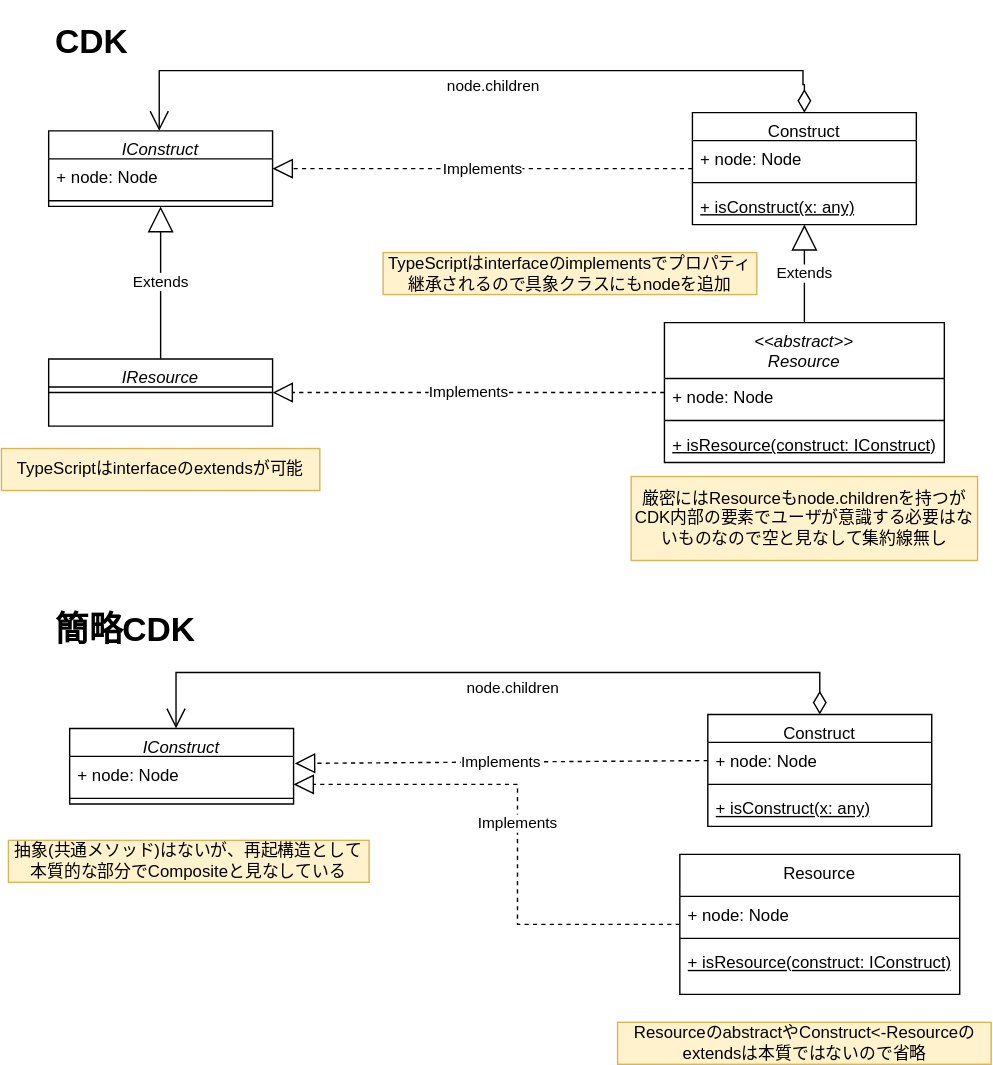
The draw.io diagram drawio/composite/composite_concrete.drawio.svg in go-to-k/cdk-gof-design-pattern, before a commit. Source tidied: cells renumbered, new cells last; positions are measured from the earlier drawing's top-left corner, leaving out a move shared by most shapes.
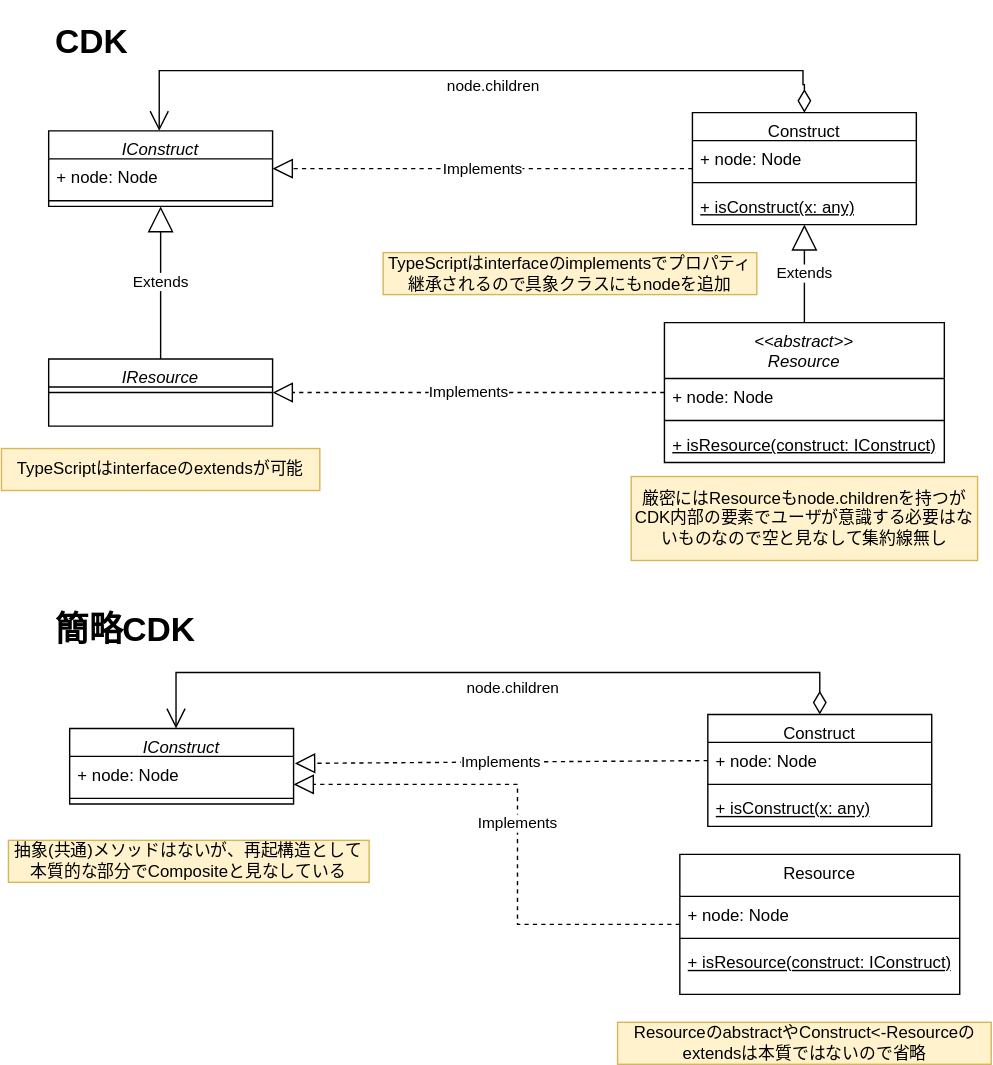
After the commit.

The edit, as a diff of the source:
```diff
@@ -130,7 +130,7 @@
     <mxCell id="38" value="ResourceのabstractやConstruct&amp;lt;-Resourceのextendsは本質ではないので省略" style="text;html=1;strokeColor=#d6b656;fillColor=#fff2cc;align=center;verticalAlign=middle;whiteSpace=wrap;rounded=0;fontColor=#000000;" parent="1" vertex="1">
       <mxGeometry x="440.5" y="720" width="267" height="30" as="geometry" />
     </mxCell>
-    <mxCell id="39" value="抽象(共通メソッド)はないが、再起構造として本質的な部分でCompositeと見なしている" style="text;html=1;strokeColor=#d6b656;fillColor=#fff2cc;align=center;verticalAlign=middle;whiteSpace=wrap;rounded=0;fontColor=#000000;" parent="1" vertex="1">
+    <mxCell id="39" value="抽象(共通)メソッドはないが、再起構造として本質的な部分でCompositeと見なしている" style="text;html=1;strokeColor=#d6b656;fillColor=#fff2cc;align=center;verticalAlign=middle;whiteSpace=wrap;rounded=0;fontColor=#000000;" parent="1" vertex="1">
       <mxGeometry x="5.2" y="590" width="257.8" height="30" as="geometry" />
     </mxCell>
     <mxCell id="40" value="TypeScriptはinterfaceのextendsが可能" style="text;html=1;strokeColor=#d6b656;fillColor=#fff2cc;align=center;verticalAlign=middle;whiteSpace=wrap;rounded=0;fontColor=#000000;" parent="1" vertex="1">
```
